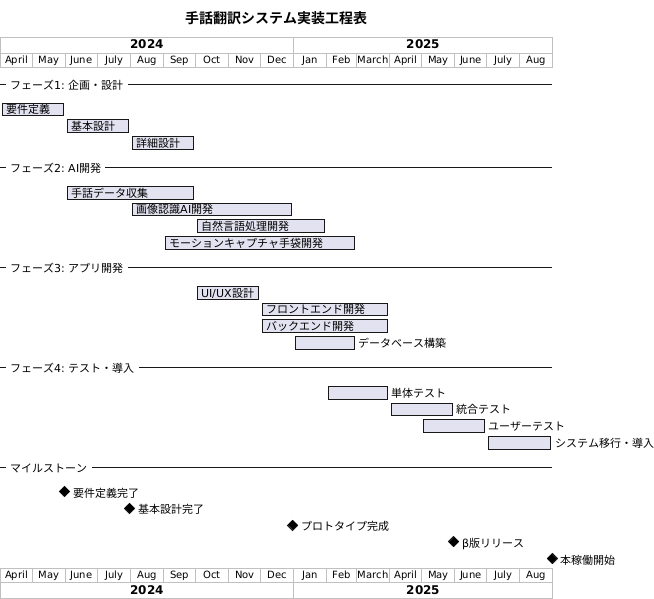
Above: last/gantchart.png in LuckyItem0714/programing_homework_1 (PlantUML), before the change. Source of this version:
```plantuml
@startgantt
title 手話翻訳システム実装工程表
Project starts the 2024-04-01

projectscale monthly

-- フェーズ1: 企画・設計 --
[要件定義] starts 2024-04-01 and ends 2024-05-31
[基本設計] starts 2024-06-01 and ends 2024-07-31
[詳細設計] starts 2024-08-01 and ends 2024-09-30

-- フェーズ2: AI開発 --
[手話データ収集] starts 2024-06-01 and ends 2024-09-30
[画像認識AI開発] starts 2024-08-01 and ends 2024-12-31
[自然言語処理開発] starts 2024-10-01 and ends 2025-01-31
[モーションキャプチャ手袋開発] starts 2024-09-01 and ends 2025-02-28

-- フェーズ3: アプリ開発 --
[UI/UX設計] starts 2024-10-01 and ends 2024-11-30
[フロントエンド開発] starts 2024-12-01 and ends 2025-03-31
[バックエンド開発] starts 2024-12-01 and ends 2025-03-31
[データベース構築] starts 2025-01-01 and ends 2025-02-28

-- フェーズ4: テスト・導入 --
[単体テスト] starts 2025-02-01 and ends 2025-03-31
[統合テスト] starts 2025-04-01 and ends 2025-05-31
[ユーザーテスト] starts 2025-05-01 and ends 2025-06-30
[システム移行・導入] starts 2025-07-01 and ends 2025-08-31

-- マイルストーン --
[要件定義完了] happens 2024-05-31
[基本設計完了] happens 2024-07-31
[プロトタイプ完成] happens 2024-12-31
[β版リリース] happens 2025-05-31
[本稼働開始] happens 2025-08-31

@endgantt
```
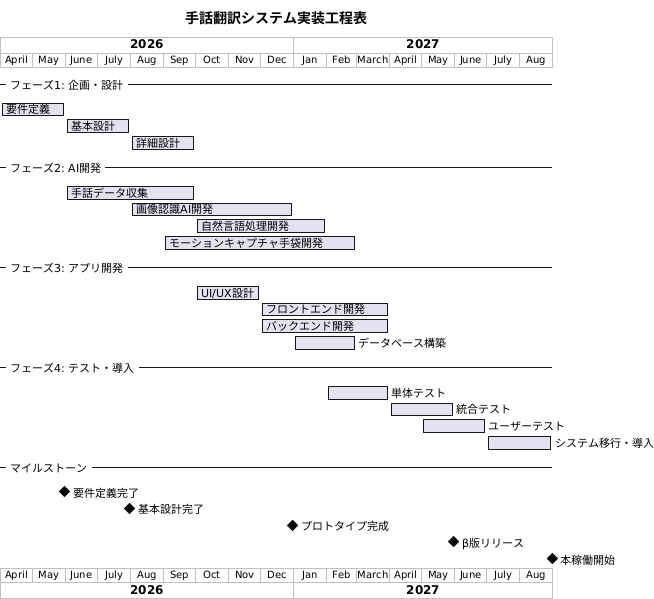
Above is the later version.

The edit, as a diff of the source:
```diff
@@ -1,37 +1,37 @@
 @startgantt
 title 手話翻訳システム実装工程表
-Project starts the 2024-04-01
+Project starts the 2026-04-01
 
 projectscale monthly
 
 -- フェーズ1: 企画・設計 --
-[要件定義] starts 2024-04-01 and ends 2024-05-31
-[基本設計] starts 2024-06-01 and ends 2024-07-31
-[詳細設計] starts 2024-08-01 and ends 2024-09-30
+[要件定義] starts 2026-04-01 and ends 2026-05-31
+[基本設計] starts 2026-06-01 and ends 2026-07-31
+[詳細設計] starts 2026-08-01 and ends 2026-09-30
 
 -- フェーズ2: AI開発 --
-[手話データ収集] starts 2024-06-01 and ends 2024-09-30
-[画像認識AI開発] starts 2024-08-01 and ends 2024-12-31
-[自然言語処理開発] starts 2024-10-01 and ends 2025-01-31
-[モーションキャプチャ手袋開発] starts 2024-09-01 and ends 2025-02-28
+[手話データ収集] starts 2026-06-01 and ends 2026-09-30
+[画像認識AI開発] starts 2026-08-01 and ends 2026-12-31
+[自然言語処理開発] starts 2026-10-01 and ends 2027-01-31
+[モーションキャプチャ手袋開発] starts 2026-09-01 and ends 2027-02-28
 
 -- フェーズ3: アプリ開発 --
-[UI/UX設計] starts 2024-10-01 and ends 2024-11-30
-[フロントエンド開発] starts 2024-12-01 and ends 2025-03-31
-[バックエンド開発] starts 2024-12-01 and ends 2025-03-31
-[データベース構築] starts 2025-01-01 and ends 2025-02-28
+[UI/UX設計] starts 2026-10-01 and ends 2026-11-30
+[フロントエンド開発] starts 2026-12-01 and ends 2027-03-31
+[バックエンド開発] starts 2026-12-01 and ends 2027-03-31
+[データベース構築] starts 2027-01-01 and ends 2027-02-28
 
 -- フェーズ4: テスト・導入 --
-[単体テスト] starts 2025-02-01 and ends 2025-03-31
-[統合テスト] starts 2025-04-01 and ends 2025-05-31
-[ユーザーテスト] starts 2025-05-01 and ends 2025-06-30
-[システム移行・導入] starts 2025-07-01 and ends 2025-08-31
+[単体テスト] starts 2027-02-01 and ends 2027-03-31
+[統合テスト] starts 2027-04-01 and ends 2027-05-31
+[ユーザーテスト] starts 2027-05-01 and ends 2027-06-30
+[システム移行・導入] starts 2027-07-01 and ends 2027-08-31
 
 -- マイルストーン --
-[要件定義完了] happens 2024-05-31
-[基本設計完了] happens 2024-07-31
-[プロトタイプ完成] happens 2024-12-31
-[β版リリース] happens 2025-05-31
-[本稼働開始] happens 2025-08-31
+[要件定義完了] happens 2026-05-31
+[基本設計完了] happens 2026-07-31
+[プロトタイプ完成] happens 2026-12-31
+[β版リリース] happens 2027-05-31
+[本稼働開始] happens 2027-08-31
 
 @endgantt
```
